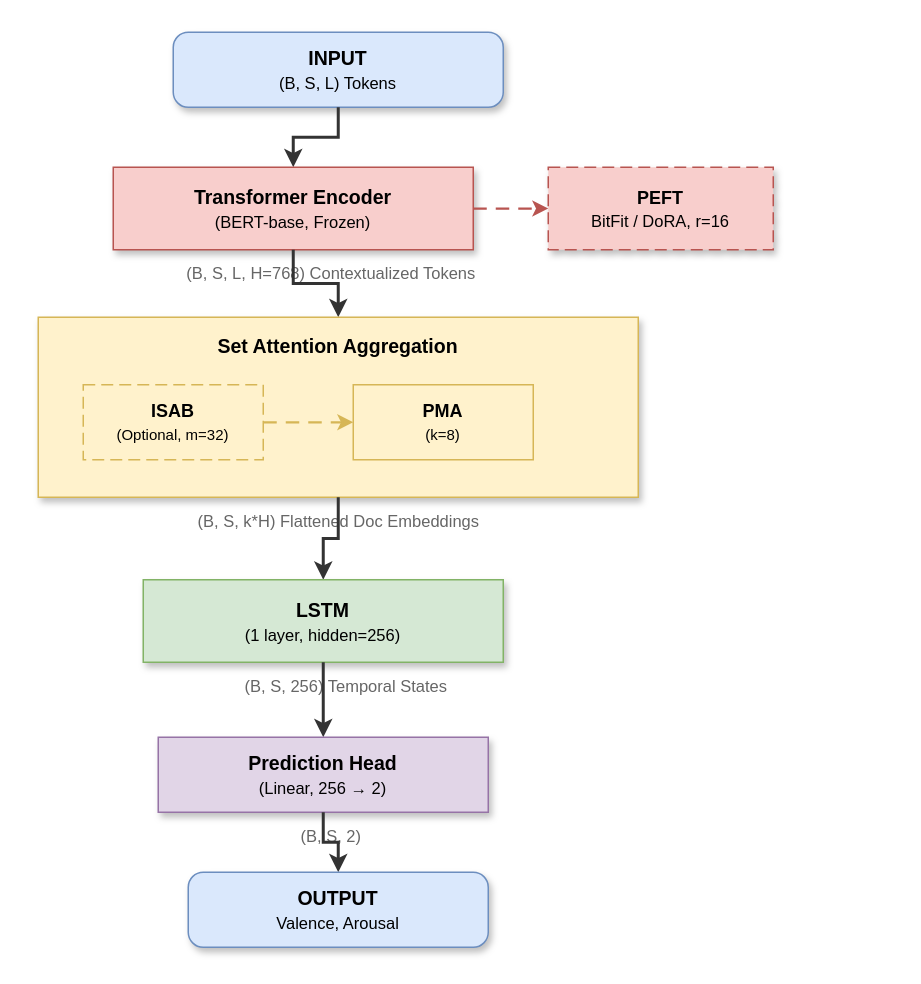
Earlier version of the draw.io diagram fig_architecture.drawio (AndreaLolli2912/SemEval2026-EmoVA). Source tidied: cells renumbered, new cells numbered last; positions are measured from the earlier drawing's top-left corner, leaving out a move shared by most shapes. Both pictures are drawn from the tidied source at 150%, with x=0, y=0 at pixel (38, 32).
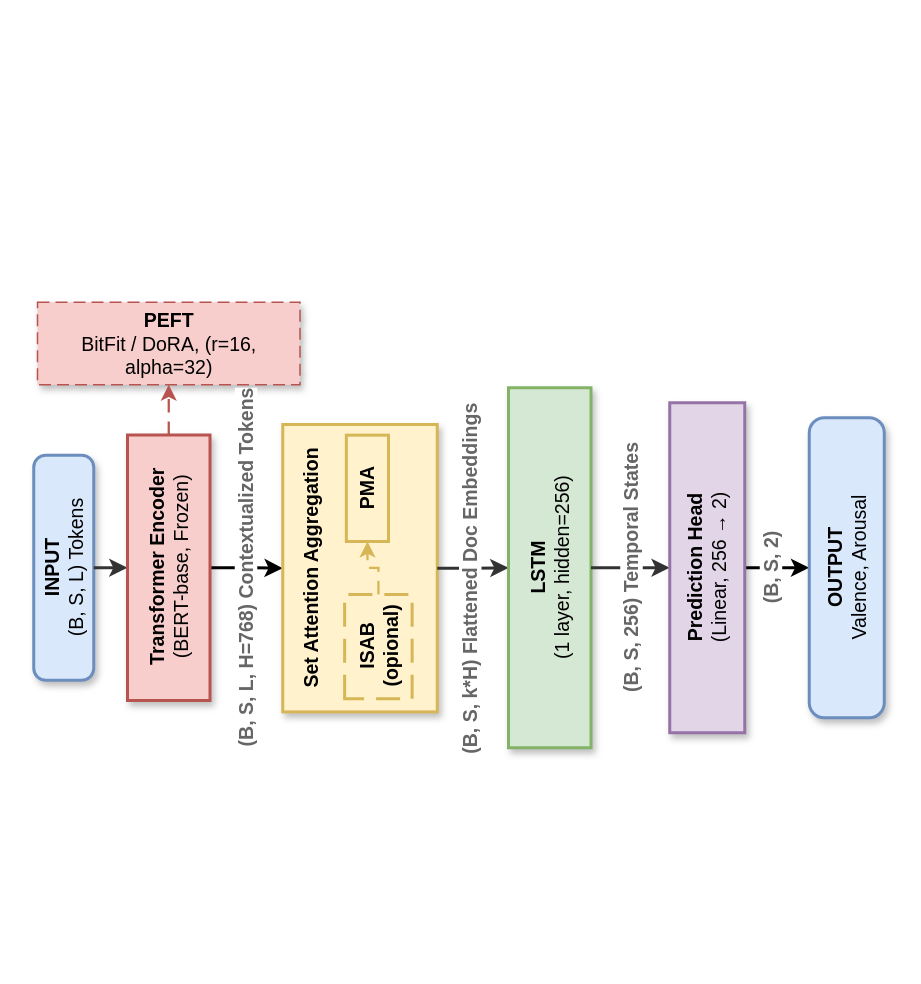
The same page after the edit.

Change to the diagram source:
```diff
@@
-    <mxCell id="2" value="&lt;b&gt;INPUT&lt;/b&gt;&lt;br&gt;&lt;font style=&quot;font-size:11px&quot;&gt;(B, S, L) Tokens&lt;/font&gt;" style="rounded=1;whiteSpace=wrap;html=1;fillColor=#dae8fc;strokeColor=#6c8ebf;fontSize=13;fontFamily=Helvetica;shadow=1;arcSize=20;" parent="1" vertex="1">
-      <mxGeometry x="90" width="220" height="50" as="geometry" />
+    <mxCell id="2" value="&lt;b&gt;INPUT&lt;/b&gt;&lt;br&gt;&lt;font&gt;(B, S, L) Tokens&lt;/font&gt;" style="rounded=1;whiteSpace=wrap;html=1;fillColor=#dae8fc;strokeColor=#6c8ebf;fontSize=13;fontFamily=Helvetica;shadow=1;arcSize=20;direction=west;rotation=-90;strokeWidth=2;" parent="1" vertex="1">
+      <mxGeometry x="-58" y="337" width="150" height="40" as="geometry" />
     </mxCell>
-    <mxCell id="3" style="edgeStyle=orthogonalEdgeStyle;rounded=0;strokeWidth=2;strokeColor=#333333;" parent="1" edge="1" source="2" target="4">
+    <mxCell id="3" style="edgeStyle=orthogonalEdgeStyle;rounded=0;strokeWidth=2;strokeColor=#333333;fontSize=13;" parent="1" edge="1" source="2" target="4">
       <mxGeometry relative="1" as="geometry" />
     </mxCell>
+    <mxCell id="8" style="edgeStyle=orthogonalEdgeStyle;rounded=0;jettySize=auto;html=1;entryX=0.5;entryY=0;entryDx=0;entryDy=0;strokeWidth=2;fontSize=13;" parent="1" edge="1" source="4" target="9">
+      <mxGeometry relative="1" as="geometry" />
+    </mxCell>
-    <mxCell id="4" value="&lt;b&gt;Transformer Encoder&lt;/b&gt;&lt;br&gt;&lt;font style=&quot;font-size:11px&quot;&gt;(BERT-base, Frozen)&lt;/font&gt;" style="rounded=0;whiteSpace=wrap;html=1;fillColor=#f8cecc;strokeColor=#b85450;fontSize=13;fontFamily=Helvetica;shadow=1;" parent="1" vertex="1">
-      <mxGeometry x="50" y="90" width="240" height="55" as="geometry" />
+    <mxCell id="4" value="&lt;b&gt;Transformer Encoder&lt;/b&gt;&lt;br&gt;&lt;font&gt;(BERT-base, Frozen)&lt;/font&gt;" style="rounded=0;whiteSpace=wrap;html=1;fillColor=#f8cecc;strokeColor=#b85450;fontSize=13;fontFamily=Helvetica;shadow=1;rotation=-90;strokeWidth=2;" parent="1" vertex="1">
+      <mxGeometry x="-1.5" y="329.5" width="177" height="55" as="geometry" />
     </mxCell>
-    <mxCell id="5" value="&lt;b&gt;PEFT&lt;/b&gt;&lt;br&gt;&lt;font style=&quot;font-size:11px&quot;&gt;BitFit / DoRA, r=16&lt;/font&gt;" style="rounded=0;whiteSpace=wrap;html=1;fillColor=#f8cecc;strokeColor=#b85450;fontSize=12;fontFamily=Helvetica;shadow=1;dashed=1;dashPattern=8 4;" parent="1" vertex="1">
-      <mxGeometry x="340" y="90" width="150" height="55" as="geometry" />
+    <mxCell id="5" value="&lt;b&gt;PEFT&lt;/b&gt;&lt;br&gt;&lt;font&gt;BitFit / DoRA, (r=16, alpha=32)&lt;/font&gt;" style="rounded=0;whiteSpace=wrap;html=1;fillColor=#f8cecc;strokeColor=#b85450;fontSize=13;fontFamily=Helvetica;shadow=1;dashed=1;dashPattern=8 4;rotation=0;" parent="1" vertex="1">
+      <mxGeometry x="-0.5" y="180" width="175" height="55" as="geometry" />
     </mxCell>
-    <mxCell id="6" style="edgeStyle=orthogonalEdgeStyle;rounded=0;strokeWidth=1.5;strokeColor=#b85450;dashed=1;dashPattern=6 4;" parent="1" edge="1" source="4" target="5">
+    <mxCell id="6" style="edgeStyle=orthogonalEdgeStyle;rounded=0;strokeWidth=1.5;strokeColor=#b85450;dashed=1;dashPattern=6 4;fontSize=13;" parent="1" edge="1" source="4" target="5">
       <mxGeometry relative="1" as="geometry" />
     </mxCell>
-    <mxCell id="7" value="&lt;font style=&quot;font-size:11px;color:#666666;&quot;&gt;(B, S, L, H=768) Contextualized Tokens&lt;/font&gt;" style="text;html=1;align=center;verticalAlign=middle;fontFamily=Helvetica;" parent="1" vertex="1">
-      <mxGeometry x="70" y="148" width="250" height="25" as="geometry" />
-    </mxCell>
-    <mxCell id="8" style="edgeStyle=orthogonalEdgeStyle;rounded=0;strokeWidth=2;strokeColor=#333333;" parent="1" edge="1" source="4" target="9">
-      <mxGeometry relative="1" as="geometry" />
-    </mxCell>
-    <mxCell id="9" value="&lt;b style=&quot;font-size:13px;&quot;&gt;Set Attention Aggregation&lt;/b&gt;" style="rounded=0;whiteSpace=wrap;html=1;fillColor=#fff2cc;strokeColor=#d6b656;fontSize=13;fontFamily=Helvetica;shadow=1;verticalAlign=top;spacingTop=5;align=center;" parent="1" vertex="1">
-      <mxGeometry y="190" width="400" height="120" as="geometry" />
+    <mxCell id="9" value="&lt;b&gt;Set Attention Aggregation&lt;/b&gt;" style="rounded=0;whiteSpace=wrap;html=1;fillColor=#fff2cc;strokeColor=#d6b656;fontSize=13;fontFamily=Helvetica;shadow=1;verticalAlign=top;spacingTop=5;align=center;rotation=-90;strokeWidth=2;" parent="1" vertex="1">
+      <mxGeometry x="118.7" y="305.8" width="191.6" height="103" as="geometry" />
     </mxCell>
-    <mxCell id="10" value="&lt;b&gt;ISAB&lt;/b&gt;&lt;br&gt;&lt;font style=&quot;font-size:10px;&quot;&gt;(Optional, m=32)&lt;/font&gt;" style="rounded=0;whiteSpace=wrap;html=1;fillColor=#fff2cc;strokeColor=#d6b656;fontSize=12;fontFamily=Helvetica;dashed=1;dashPattern=8 4;" parent="1" vertex="1">
-      <mxGeometry x="30" y="235" width="120" height="50" as="geometry" />
+    <mxCell id="10" value="&lt;b&gt;ISAB (opional)&lt;/b&gt;" style="rounded=0;whiteSpace=wrap;html=1;fillColor=#fff2cc;strokeColor=#d6b656;fontSize=13;fontFamily=Helvetica;dashed=1;dashPattern=8 4;rotation=-90;strokeWidth=2;" parent="1" vertex="1">
+      <mxGeometry x="192" y="387" width="69.5" height="45" as="geometry" />
     </mxCell>
-    <mxCell id="11" value="&lt;b&gt;PMA&lt;/b&gt;&lt;br&gt;&lt;font style=&quot;font-size:10px;&quot;&gt;(k=8)&lt;/font&gt;" style="rounded=0;whiteSpace=wrap;html=1;fillColor=#fff2cc;strokeColor=#d6b656;fontSize=12;fontFamily=Helvetica;" parent="1" vertex="1">
-      <mxGeometry x="210" y="235" width="120" height="50" as="geometry" />
+    <mxCell id="11" value="&lt;b&gt;PMA&lt;/b&gt;" style="rounded=0;whiteSpace=wrap;html=1;fillColor=#fff2cc;strokeColor=#d6b656;fontSize=13;fontFamily=Helvetica;rotation=-90;strokeWidth=2;" parent="1" vertex="1">
+      <mxGeometry x="184" y="290" width="70.9" height="28.1" as="geometry" />
     </mxCell>
-    <mxCell id="12" style="edgeStyle=orthogonalEdgeStyle;rounded=0;strokeWidth=1.5;strokeColor=#d6b656;dashed=1;dashPattern=6 4;" parent="1" edge="1" source="10" target="11">
+    <mxCell id="12" style="edgeStyle=orthogonalEdgeStyle;rounded=0;strokeWidth=1.5;strokeColor=#d6b656;dashed=1;dashPattern=6 4;fontSize=13;" parent="1" edge="1" source="10" target="11">
       <mxGeometry relative="1" as="geometry" />
     </mxCell>
-    <mxCell id="13" value="&lt;font style=&quot;font-size:11px;color:#666666;&quot;&gt;(B, S, k*H) Flattened Doc Embeddings&lt;/font&gt;" style="text;html=1;align=center;verticalAlign=middle;fontFamily=Helvetica;" parent="1" vertex="1">
-      <mxGeometry x="85" y="313" width="230" height="25" as="geometry" />
-    </mxCell>
-    <mxCell id="14" style="edgeStyle=orthogonalEdgeStyle;rounded=0;strokeWidth=2;strokeColor=#333333;" parent="1" edge="1" source="9" target="15">
+    <mxCell id="14" style="edgeStyle=orthogonalEdgeStyle;rounded=0;strokeWidth=2;strokeColor=#333333;fontSize=13;" parent="1" edge="1" source="9" target="15">
       <mxGeometry relative="1" as="geometry" />
     </mxCell>
-    <mxCell id="15" value="&lt;b&gt;LSTM&lt;/b&gt;&lt;br&gt;&lt;font style=&quot;font-size:11px&quot;&gt;(1 layer, hidden=256)&lt;/font&gt;" style="rounded=0;whiteSpace=wrap;html=1;fillColor=#d5e8d4;strokeColor=#82b366;fontSize=13;fontFamily=Helvetica;shadow=1;" parent="1" vertex="1">
-      <mxGeometry x="70" y="365" width="240" height="55" as="geometry" />
+    <mxCell id="15" value="&lt;b&gt;LSTM&lt;/b&gt;&lt;br&gt;&lt;font&gt;(1 layer, hidden=256)&lt;/font&gt;" style="rounded=0;whiteSpace=wrap;html=1;fillColor=#d5e8d4;strokeColor=#82b366;fontSize=13;fontFamily=Helvetica;shadow=1;rotation=-90;strokeWidth=2;" parent="1" vertex="1">
+      <mxGeometry x="221" y="329.5" width="240" height="55" as="geometry" />
     </mxCell>
+    <mxCell id="17" style="edgeStyle=orthogonalEdgeStyle;rounded=0;strokeWidth=2;strokeColor=#333333;fontSize=13;" parent="1" edge="1" source="15" target="18">
+      <mxGeometry relative="1" as="geometry" />
+    </mxCell>
+    <mxCell id="20" style="edgeStyle=orthogonalEdgeStyle;rounded=0;jettySize=auto;html=1;entryX=0.5;entryY=0;entryDx=0;entryDy=0;strokeWidth=2;fontSize=13;" parent="1" edge="1" source="18" target="21">
+      <mxGeometry relative="1" as="geometry" />
+    </mxCell>
+    <mxCell id="18" value="&lt;b&gt;Prediction Head&lt;/b&gt;&lt;br&gt;&lt;font&gt;(Linear, 256 → 2)&lt;/font&gt;" style="rounded=0;whiteSpace=wrap;html=1;fillColor=#e1d5e7;strokeColor=#9673a6;fontSize=13;fontFamily=Helvetica;shadow=1;rotation=-90;strokeWidth=2;" parent="1" vertex="1">
+      <mxGeometry x="336" y="332" width="220" height="50" as="geometry" />
+    </mxCell>
+    <mxCell id="21" value="&lt;b&gt;OUTPUT&lt;/b&gt;&lt;br&gt;&lt;font&gt;Valence, Arousal&lt;/font&gt;" style="rounded=1;whiteSpace=wrap;html=1;fillColor=#dae8fc;strokeColor=#6c8ebf;fontSize=13;fontFamily=Helvetica;shadow=1;arcSize=20;rotation=-90;strokeWidth=2;" parent="1" vertex="1">
+      <mxGeometry x="439" y="332" width="200" height="50" as="geometry" />
+    </mxCell>
-    <mxCell id="16" value="&lt;font style=&quot;font-size:11px;color:#666666;&quot;&gt;(B, S, 256) Temporal States&lt;/font&gt;" style="text;html=1;align=center;verticalAlign=middle;fontFamily=Helvetica;" parent="1" vertex="1">
-      <mxGeometry x="115" y="423" width="180" height="25" as="geometry" />
+    <mxCell id="16" value="&lt;font style=&quot;color: rgb(102, 102, 102);&quot;&gt;(B, S, 256) Temporal States&lt;/font&gt;" style="text;html=1;align=center;verticalAlign=middle;fontFamily=Helvetica;rotation=-90;labelBackgroundColor=default;fontStyle=1;fontSize=13;" parent="1" vertex="1">
+      <mxGeometry x="305" y="342.5" width="180" height="30" as="geometry" />
     </mxCell>
-    <mxCell id="17" style="edgeStyle=orthogonalEdgeStyle;rounded=0;strokeWidth=2;strokeColor=#333333;" parent="1" edge="1" source="15" target="18">
-      <mxGeometry relative="1" as="geometry" />
-    </mxCell>
-    <mxCell id="18" value="&lt;b&gt;Prediction Head&lt;/b&gt;&lt;br&gt;&lt;font style=&quot;font-size:11px&quot;&gt;(Linear, 256 &amp;rarr; 2)&lt;/font&gt;" style="rounded=0;whiteSpace=wrap;html=1;fillColor=#e1d5e7;strokeColor=#9673a6;fontSize=13;fontFamily=Helvetica;shadow=1;" parent="1" vertex="1">
-      <mxGeometry x="80" y="470" width="220" height="50" as="geometry" />
-    </mxCell>
-    <mxCell id="19" value="&lt;font style=&quot;font-size:11px;color:#666666;&quot;&gt;(B, S, 2)&lt;/font&gt;" style="text;html=1;align=center;verticalAlign=middle;fontFamily=Helvetica;" parent="1" vertex="1">
-      <mxGeometry x="160" y="523" width="70" height="25" as="geometry" />
+    <mxCell id="19" value="&lt;font style=&quot;color: rgb(102, 102, 102);&quot;&gt;(B, S, 2)&lt;/font&gt;" style="text;html=1;align=center;verticalAlign=middle;fontFamily=Helvetica;rotation=-90;labelBackgroundColor=default;fontStyle=1;fontSize=13;" parent="1" vertex="1">
+      <mxGeometry x="453" y="342.5" width="70" height="30" as="geometry" />
     </mxCell>
-    <mxCell id="20" style="edgeStyle=orthogonalEdgeStyle;rounded=0;strokeWidth=2;strokeColor=#333333;" parent="1" edge="1" source="18" target="21">
-      <mxGeometry relative="1" as="geometry" />
-    </mxCell>
-    <mxCell id="21" value="&lt;b&gt;OUTPUT&lt;/b&gt;&lt;br&gt;&lt;font style=&quot;font-size:11px&quot;&gt;Valence, Arousal&lt;/font&gt;" style="rounded=1;whiteSpace=wrap;html=1;fillColor=#dae8fc;strokeColor=#6c8ebf;fontSize=13;fontFamily=Helvetica;shadow=1;arcSize=20;" parent="1" vertex="1">
-      <mxGeometry x="100" y="560" width="200" height="50" as="geometry" />
-    </mxCell>
+    <mxCell id="7" value="&lt;font style=&quot;color: rgb(102, 102, 102);&quot;&gt;(B, S, L, H=768) Contextualized Tokens&lt;/font&gt;" style="text;html=1;align=center;verticalAlign=middle;fontFamily=Helvetica;rotation=-90;labelBackgroundColor=default;fontStyle=1;fontSize=13;" parent="1" vertex="1">
+      <mxGeometry x="13" y="342.5" width="250" height="30" as="geometry" />
+    </mxCell>
+    <mxCell id="13" value="&lt;font style=&quot;color: rgb(102, 102, 102);&quot;&gt;(B, S, k*H) Flattened Doc Embeddings&lt;/font&gt;" style="text;html=1;align=center;verticalAlign=middle;fontFamily=Helvetica;rotation=-90;labelBackgroundColor=default;fontStyle=1;fontSize=13;" parent="1" vertex="1">
+      <mxGeometry x="163" y="350" width="250" height="30" as="geometry" />
+    </mxCell>
```
